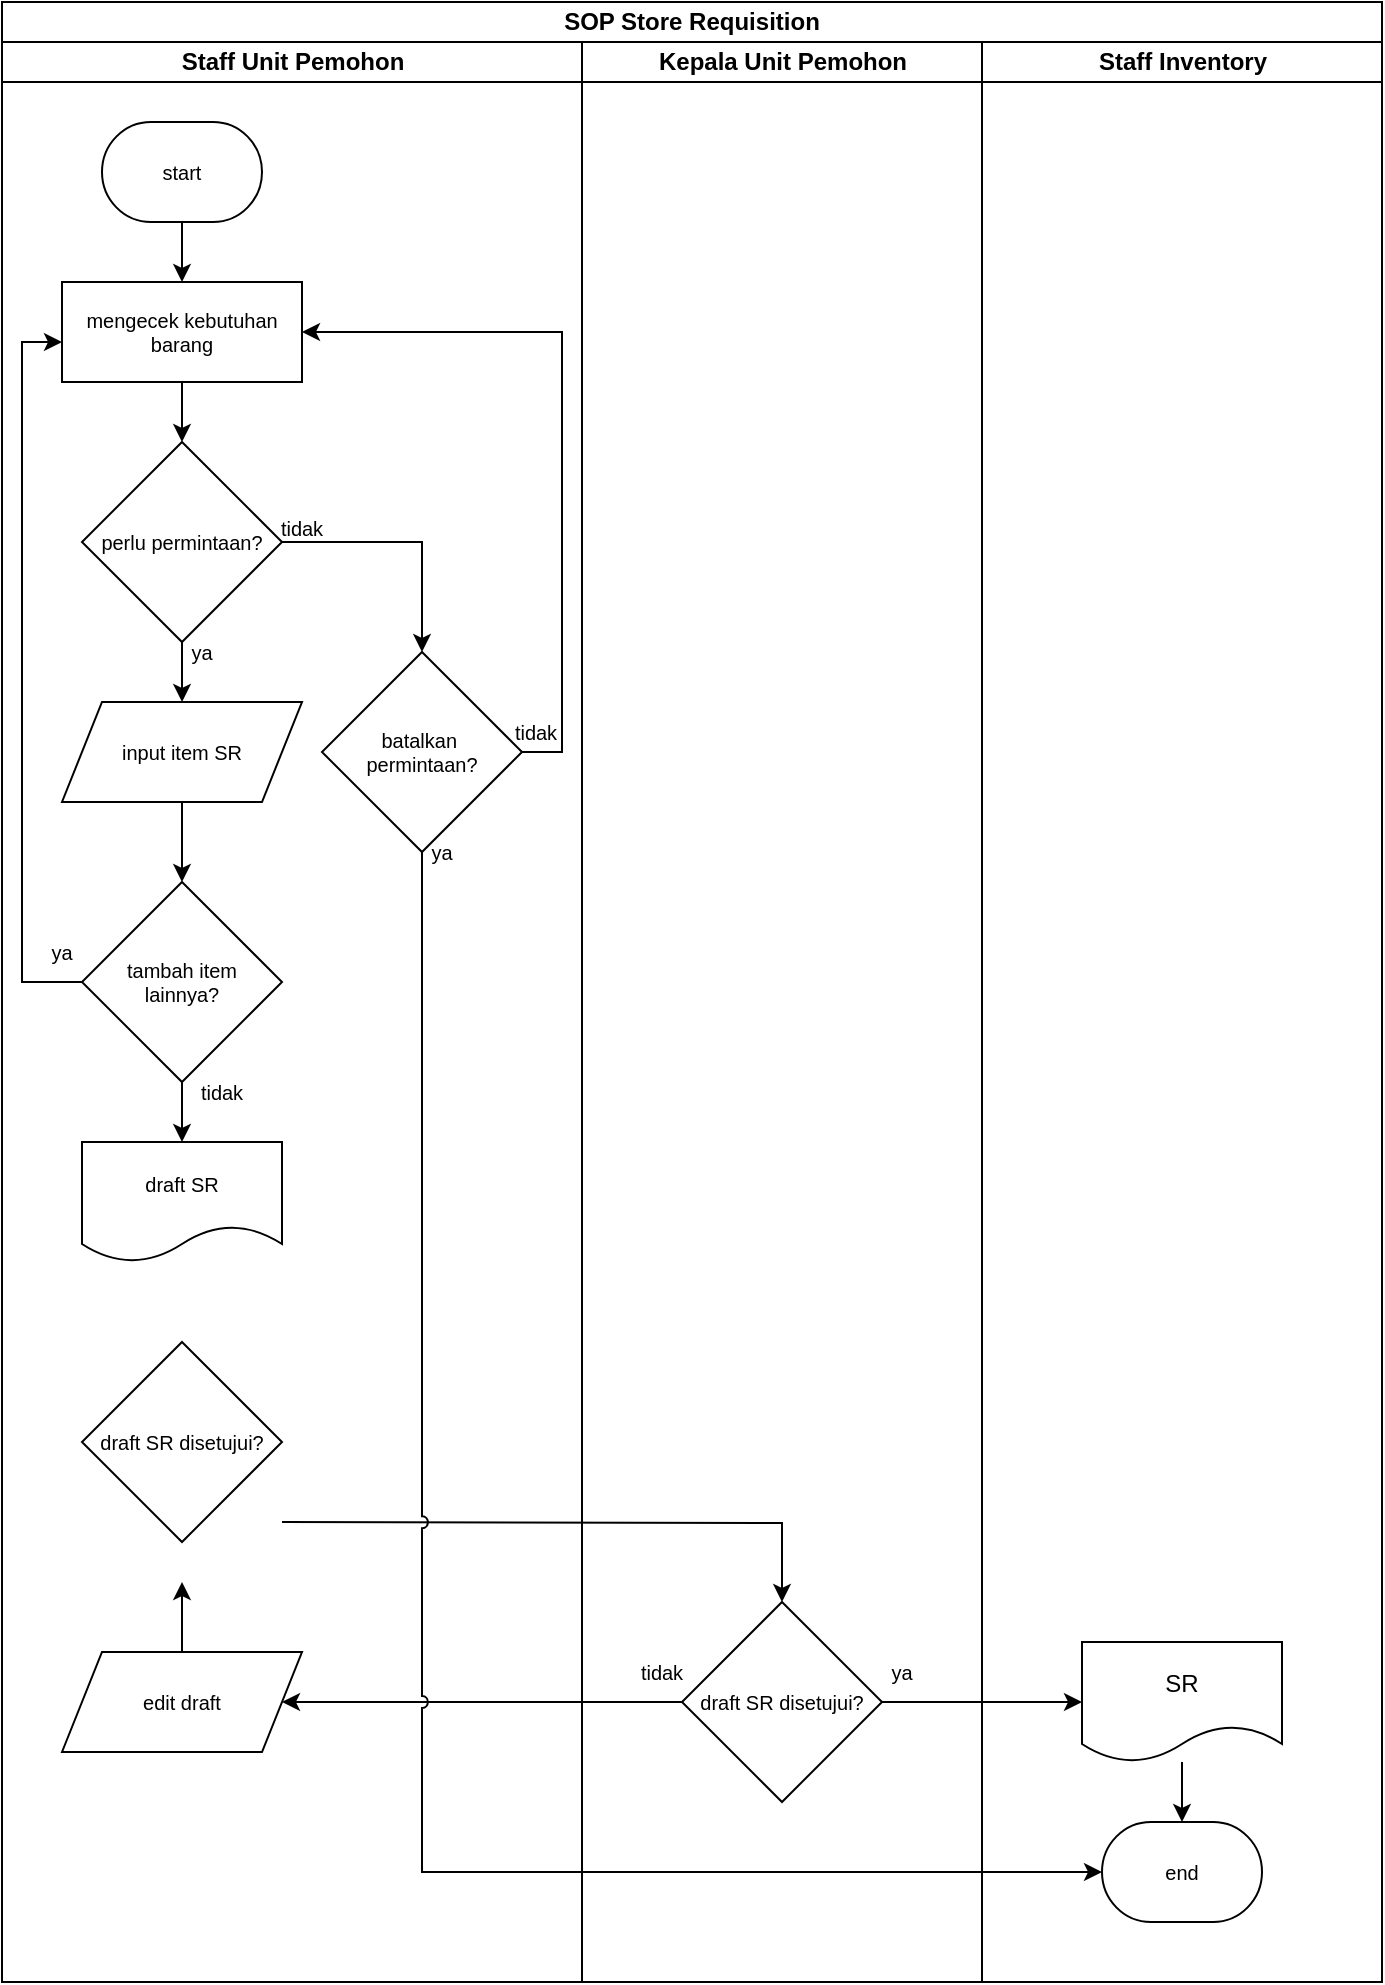
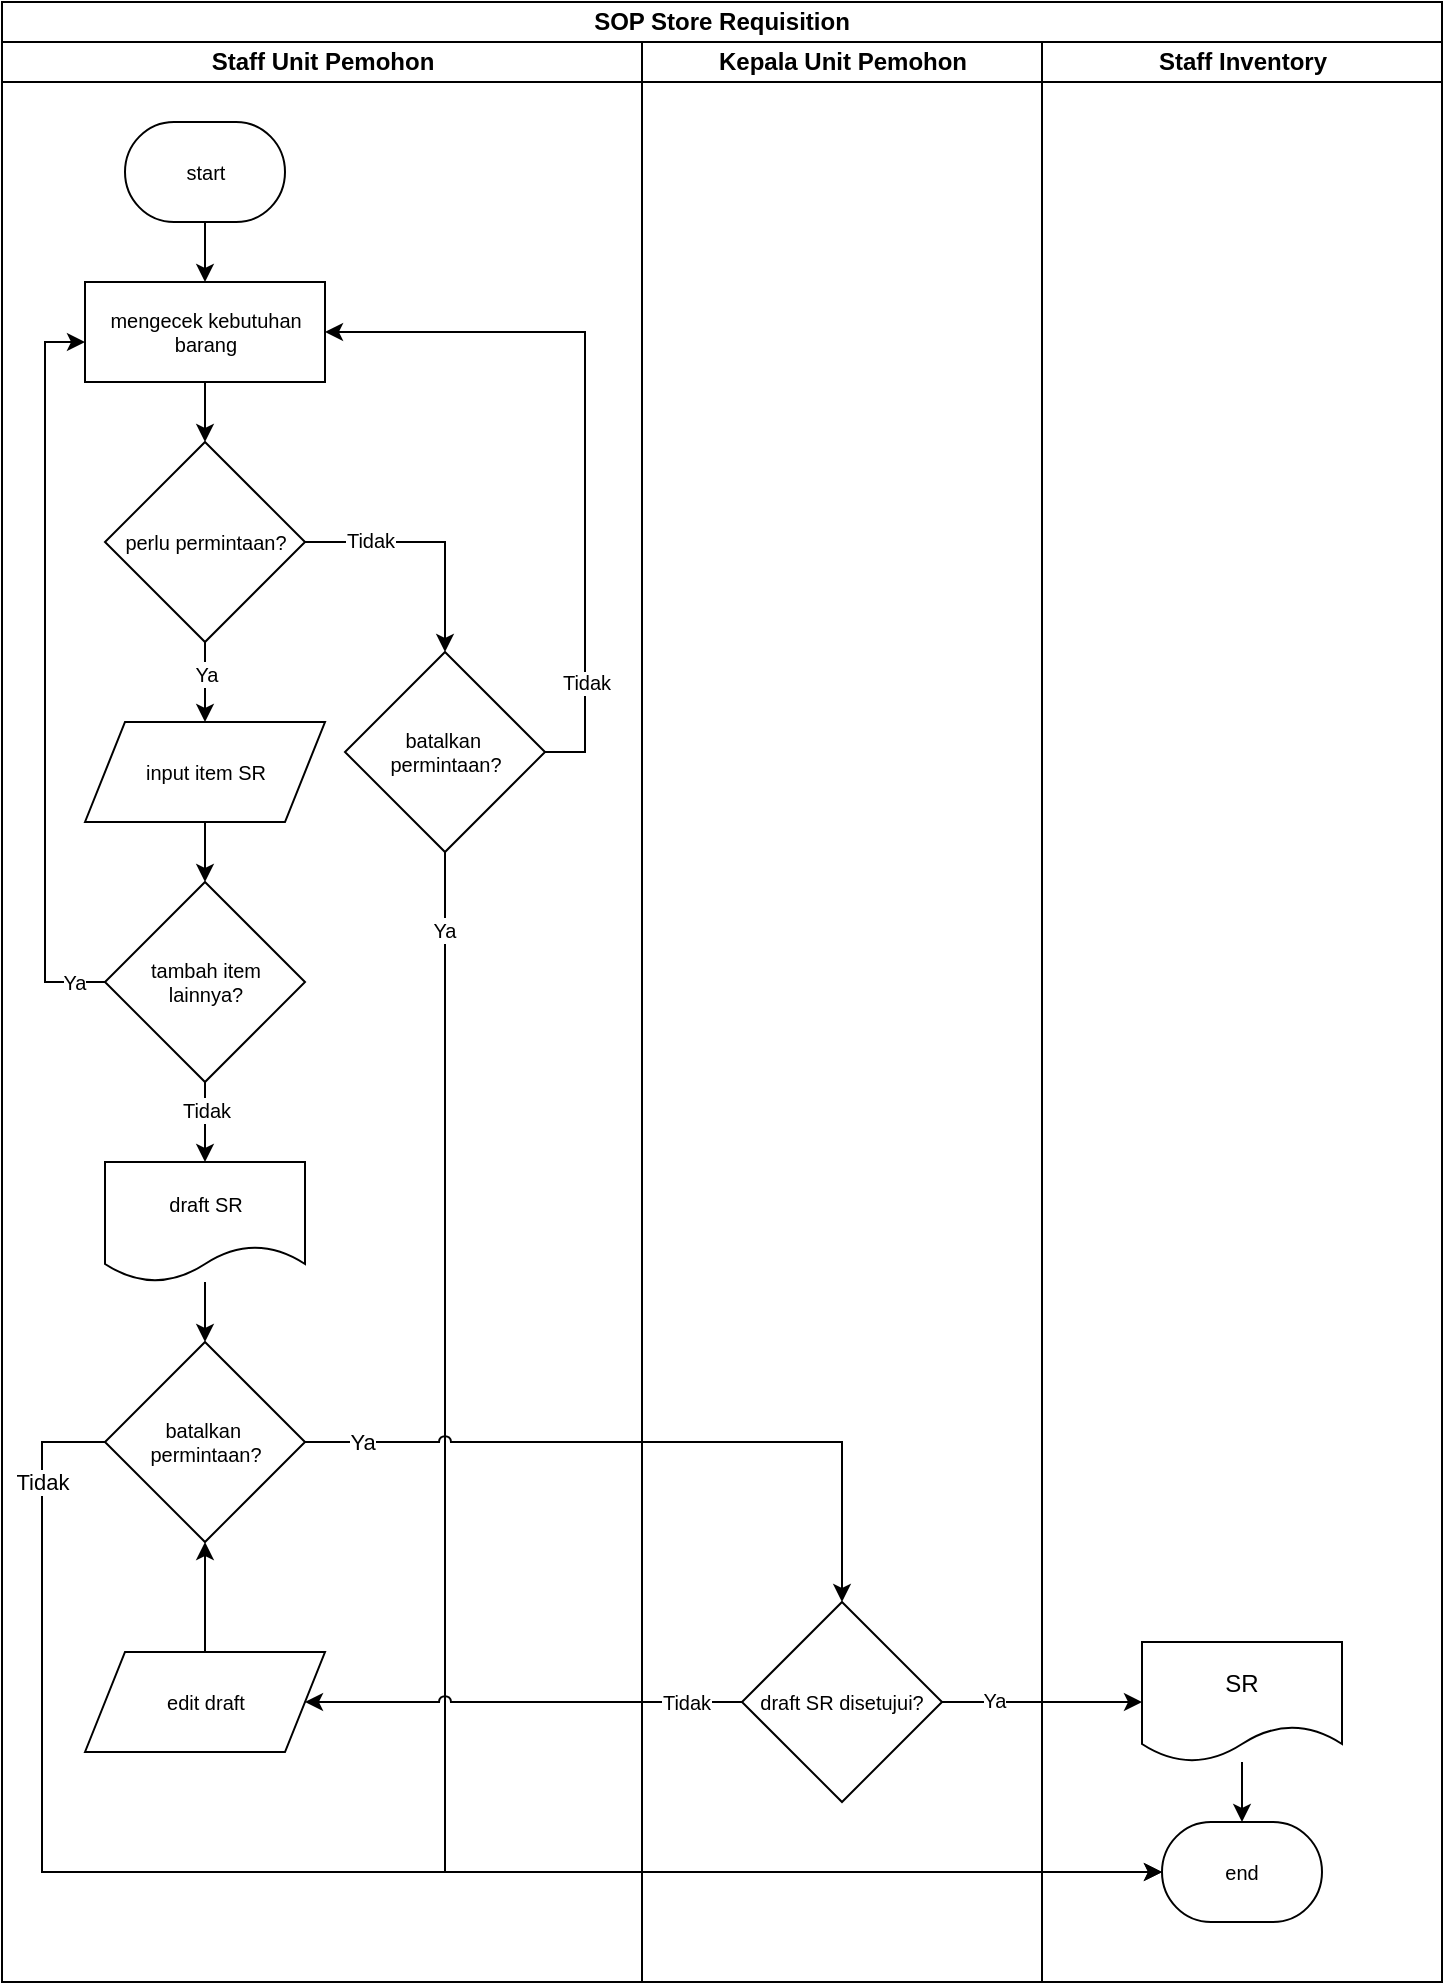
<mxfile host="app.diagrams.net" pages="2">
  <diagram name="SOP SR" id="mYAdajV0IufZudDyt58S">
-     <mxGraphModel dx="1220" dy="688" grid="1" gridSize="10" guides="1" tooltips="1" connect="1" arrows="1" fold="1" page="1" pageScale="1" pageWidth="850" pageHeight="1100" math="0" shadow="0">
+     <mxGraphModel dx="1394" dy="786" grid="1" gridSize="10" guides="1" tooltips="1" connect="1" arrows="1" fold="1" page="1" pageScale="1" pageWidth="850" pageHeight="1100" math="0" shadow="0">
      <root>
        <mxCell id="ewqPmyVIHkz6pLOVAfYW-0" />
        <mxCell id="ewqPmyVIHkz6pLOVAfYW-1" parent="ewqPmyVIHkz6pLOVAfYW-0" />
        <mxCell id="ewqPmyVIHkz6pLOVAfYW-2" parent="ewqPmyVIHkz6pLOVAfYW-1" style="swimlane;html=1;childLayout=stackLayout;resizeParent=1;resizeParentMax=0;startSize=20;whiteSpace=wrap;" value="SOP Store Requisition" vertex="1">
-           <mxGeometry height="990" width="690" x="610" y="360" as="geometry">
+           <mxGeometry height="990" width="720" x="600" y="330" as="geometry">
            <mxRectangle height="30" width="210" x="140" y="110" as="alternateBounds" />
          </mxGeometry>
        </mxCell>
        <mxCell id="ewqPmyVIHkz6pLOVAfYW-3" parent="ewqPmyVIHkz6pLOVAfYW-2" style="swimlane;html=1;startSize=20;" value="Staff Unit Pemohon" vertex="1">
-           <mxGeometry height="970" width="290" y="20" as="geometry" />
+           <mxGeometry height="970" width="320" y="20" as="geometry" />
        </mxCell>
        <mxCell id="ewqPmyVIHkz6pLOVAfYW-4" parent="ewqPmyVIHkz6pLOVAfYW-3" style="strokeWidth=1;html=1;shape=mxgraph.flowchart.terminator;whiteSpace=wrap;fontSize=10;align=center;horizontal=1;spacing=0;" value="start" vertex="1">
-           <mxGeometry height="50" width="80" x="50" y="40" as="geometry" />
+           <mxGeometry height="50" width="80" x="61.5" y="40" as="geometry" />
        </mxCell>
        <mxCell id="ewqPmyVIHkz6pLOVAfYW-5" parent="ewqPmyVIHkz6pLOVAfYW-3" style="rounded=0;whiteSpace=wrap;html=1;absoluteArcSize=1;arcSize=7;strokeWidth=1;fontSize=10;" value="mengecek kebutuhan barang" vertex="1">
-           <mxGeometry height="50" width="120" x="30" y="120" as="geometry" />
+           <mxGeometry height="50" width="120" x="41.5" y="120" as="geometry" />
        </mxCell>
        <mxCell id="ewqPmyVIHkz6pLOVAfYW-6" edge="1" parent="ewqPmyVIHkz6pLOVAfYW-3" source="ewqPmyVIHkz6pLOVAfYW-5" style="edgeStyle=orthogonalEdgeStyle;rounded=0;orthogonalLoop=1;jettySize=auto;html=1;" value="">
          <mxGeometry relative="1" as="geometry">
-             <mxPoint x="90" y="200" as="targetPoint" />
+             <mxPoint x="101.5" y="200" as="targetPoint" />
          </mxGeometry>
        </mxCell>
        <mxCell id="ewqPmyVIHkz6pLOVAfYW-7" edge="1" parent="ewqPmyVIHkz6pLOVAfYW-3" source="ewqPmyVIHkz6pLOVAfYW-4" style="edgeStyle=orthogonalEdgeStyle;rounded=0;orthogonalLoop=1;jettySize=auto;html=1;" target="ewqPmyVIHkz6pLOVAfYW-5" value="">
          <mxGeometry relative="1" as="geometry" />
        </mxCell>
-         <mxCell id="ewqPmyVIHkz6pLOVAfYW-8" edge="1" parent="ewqPmyVIHkz6pLOVAfYW-3" source="ewqPmyVIHkz6pLOVAfYW-9" style="edgeStyle=orthogonalEdgeStyle;rounded=0;orthogonalLoop=1;jettySize=auto;html=1;" value="">
-           <mxGeometry relative="1" as="geometry">
-             <mxPoint x="90.02564102564111" y="330" as="targetPoint" />
+         <mxCell id="ewqPmyVIHkz6pLOVAfYW-8" edge="1" parent="ewqPmyVIHkz6pLOVAfYW-3" source="ewqPmyVIHkz6pLOVAfYW-9" style="edgeStyle=orthogonalEdgeStyle;rounded=0;orthogonalLoop=1;jettySize=auto;html=1;entryX=0.5;entryY=0;entryDx=0;entryDy=0;" target="ewqPmyVIHkz6pLOVAfYW-14" value="">
+           <mxGeometry relative="1" as="geometry">
+             <mxPoint x="101.52564102564111" y="330" as="targetPoint" />
+           </mxGeometry>
+         </mxCell>
+         <mxCell id="OhGSODvtPTQOCyl8h_7D-8" connectable="0" parent="ewqPmyVIHkz6pLOVAfYW-8" style="edgeLabel;html=1;align=center;verticalAlign=middle;resizable=0;points=[];" value="&lt;font style=&quot;font-size: 10px;&quot;&gt;Ya&lt;/font&gt;" vertex="1">
+           <mxGeometry relative="1" x="-0.6444" y="-1" as="geometry">
+             <mxPoint x="1" y="9" as="offset" />
          </mxGeometry>
        </mxCell>
        <mxCell id="ewqPmyVIHkz6pLOVAfYW-9" parent="ewqPmyVIHkz6pLOVAfYW-3" style="rhombus;whiteSpace=wrap;html=1;fontSize=10;" value="perlu permintaan?" vertex="1">
-           <mxGeometry height="100" width="100" x="40" y="200" as="geometry" />
+           <mxGeometry height="100" width="100" x="51.5" y="200" as="geometry" />
        </mxCell>
        <mxCell id="ewqPmyVIHkz6pLOVAfYW-10" edge="1" parent="ewqPmyVIHkz6pLOVAfYW-3" source="ewqPmyVIHkz6pLOVAfYW-14" style="edgeStyle=orthogonalEdgeStyle;rounded=0;orthogonalLoop=1;jettySize=auto;html=1;" target="ewqPmyVIHkz6pLOVAfYW-13" value="">
          <mxGeometry relative="1" as="geometry">
            <Array as="points" />
-             <mxPoint x="90" y="380" as="sourcePoint" />
+             <mxPoint x="101.5" y="380" as="sourcePoint" />
          </mxGeometry>
        </mxCell>
        <mxCell id="ewqPmyVIHkz6pLOVAfYW-11" edge="1" parent="ewqPmyVIHkz6pLOVAfYW-3" source="ewqPmyVIHkz6pLOVAfYW-13" style="edgeStyle=orthogonalEdgeStyle;rounded=0;orthogonalLoop=1;jettySize=auto;html=1;" target="ewqPmyVIHkz6pLOVAfYW-5">
          <mxGeometry relative="1" as="geometry">
            <Array as="points">
-               <mxPoint x="10" y="470" />
-               <mxPoint x="10" y="150" />
-             </Array>
-             <mxPoint x="90" y="110" as="targetPoint" />
-           </mxGeometry>
-         </mxCell>
-         <mxCell id="ewqPmyVIHkz6pLOVAfYW-12" edge="1" parent="ewqPmyVIHkz6pLOVAfYW-3" source="ewqPmyVIHkz6pLOVAfYW-13" style="edgeStyle=orthogonalEdgeStyle;rounded=0;orthogonalLoop=1;jettySize=auto;html=1;" value="">
-           <mxGeometry relative="1" as="geometry">
-             <mxPoint x="90" y="550" as="targetPoint" />
+               <mxPoint x="21.5" y="470" />
+               <mxPoint x="21.5" y="150" />
+             </Array>
+             <mxPoint x="101.5" y="110" as="targetPoint" />
+           </mxGeometry>
+         </mxCell>
+         <mxCell id="OhGSODvtPTQOCyl8h_7D-11" connectable="0" parent="ewqPmyVIHkz6pLOVAfYW-11" style="edgeLabel;html=1;align=center;verticalAlign=middle;resizable=0;points=[];" value="&lt;font style=&quot;font-size: 10px;&quot;&gt;Ya&lt;/font&gt;" vertex="1">
+           <mxGeometry relative="1" x="-0.913" as="geometry">
+             <mxPoint as="offset" />
+           </mxGeometry>
+         </mxCell>
+         <mxCell id="ewqPmyVIHkz6pLOVAfYW-12" edge="1" parent="ewqPmyVIHkz6pLOVAfYW-3" source="ewqPmyVIHkz6pLOVAfYW-13" style="edgeStyle=orthogonalEdgeStyle;rounded=0;orthogonalLoop=1;jettySize=auto;html=1;entryX=0.5;entryY=0;entryDx=0;entryDy=0;" target="ewqPmyVIHkz6pLOVAfYW-15" value="">
+           <mxGeometry relative="1" as="geometry">
+             <mxPoint x="101.5" y="550" as="targetPoint" />
+           </mxGeometry>
+         </mxCell>
+         <mxCell id="OhGSODvtPTQOCyl8h_7D-13" connectable="0" parent="ewqPmyVIHkz6pLOVAfYW-12" style="edgeLabel;html=1;align=center;verticalAlign=middle;resizable=0;points=[];" value="&lt;font style=&quot;font-size: 10px;&quot;&gt;Tidak&lt;/font&gt;" vertex="1">
+           <mxGeometry relative="1" x="-0.49" y="-1" as="geometry">
+             <mxPoint x="1" y="4" as="offset" />
          </mxGeometry>
        </mxCell>
        <mxCell id="ewqPmyVIHkz6pLOVAfYW-13" parent="ewqPmyVIHkz6pLOVAfYW-3" style="rhombus;whiteSpace=wrap;html=1;fontSize=10;" value="tambah item&lt;div&gt;lainnya?&lt;/div&gt;" vertex="1">
-           <mxGeometry height="100" width="100" x="40" y="420" as="geometry" />
+           <mxGeometry height="100" width="100" x="51.5" y="420" as="geometry" />
        </mxCell>
        <mxCell id="ewqPmyVIHkz6pLOVAfYW-14" parent="ewqPmyVIHkz6pLOVAfYW-3" style="shape=parallelogram;perimeter=parallelogramPerimeter;whiteSpace=wrap;html=1;fixedSize=1;" value="&lt;div style=&quot;&quot;&gt;&lt;span style=&quot;font-size: 10px;&quot;&gt;input item SR&lt;/span&gt;&lt;/div&gt;" vertex="1">
-           <mxGeometry height="50" width="120" x="30" y="330" as="geometry" />
+           <mxGeometry height="50" width="120" x="41.5" y="340" as="geometry" />
+         </mxCell>
+         <mxCell id="OhGSODvtPTQOCyl8h_7D-12" edge="1" parent="ewqPmyVIHkz6pLOVAfYW-3" source="ewqPmyVIHkz6pLOVAfYW-15" style="edgeStyle=orthogonalEdgeStyle;rounded=0;orthogonalLoop=1;jettySize=auto;html=1;entryX=0.5;entryY=0;entryDx=0;entryDy=0;" target="OhGSODvtPTQOCyl8h_7D-0">
+           <mxGeometry relative="1" as="geometry" />
        </mxCell>
        <mxCell id="ewqPmyVIHkz6pLOVAfYW-15" parent="ewqPmyVIHkz6pLOVAfYW-3" style="shape=document;whiteSpace=wrap;html=1;boundedLbl=1;" value="&lt;font style=&quot;font-size: 10px;&quot;&gt;draft SR&lt;/font&gt;" vertex="1">
-           <mxGeometry height="60" width="100" x="40" y="550" as="geometry" />
+           <mxGeometry height="60" width="100" x="51.5" y="560" as="geometry" />
        </mxCell>
        <mxCell id="ewqPmyVIHkz6pLOVAfYW-18" edge="1" parent="ewqPmyVIHkz6pLOVAfYW-3" source="ewqPmyVIHkz6pLOVAfYW-9" style="edgeStyle=orthogonalEdgeStyle;rounded=0;orthogonalLoop=1;jettySize=auto;html=1;" target="ewqPmyVIHkz6pLOVAfYW-20">
          <mxGeometry relative="1" as="geometry">
            <Array as="points">
-               <mxPoint x="210" y="250" />
-             </Array>
+               <mxPoint x="221.5" y="250" />
+             </Array>
+           </mxGeometry>
+         </mxCell>
+         <mxCell id="OhGSODvtPTQOCyl8h_7D-7" connectable="0" parent="ewqPmyVIHkz6pLOVAfYW-18" style="edgeLabel;html=1;align=center;verticalAlign=middle;resizable=0;points=[];" value="&lt;span style=&quot;font-size: 10px; white-space: normal;&quot;&gt;Tidak&lt;/span&gt;" vertex="1">
+           <mxGeometry relative="1" x="-0.4896" y="1" as="geometry">
+             <mxPoint as="offset" />
          </mxGeometry>
        </mxCell>
        <mxCell id="ewqPmyVIHkz6pLOVAfYW-19" edge="1" parent="ewqPmyVIHkz6pLOVAfYW-3" source="ewqPmyVIHkz6pLOVAfYW-20" style="edgeStyle=orthogonalEdgeStyle;rounded=0;orthogonalLoop=1;jettySize=auto;html=1;" target="ewqPmyVIHkz6pLOVAfYW-5">
          <mxGeometry relative="1" as="geometry">
            <Array as="points">
-               <mxPoint x="280" y="355" />
-               <mxPoint x="280" y="145" />
-             </Array>
+               <mxPoint x="291.5" y="355" />
+               <mxPoint x="291.5" y="145" />
+             </Array>
+           </mxGeometry>
+         </mxCell>
+         <mxCell id="OhGSODvtPTQOCyl8h_7D-6" connectable="0" parent="ewqPmyVIHkz6pLOVAfYW-19" style="edgeLabel;html=1;align=center;verticalAlign=middle;resizable=0;points=[];fontSize=10;" value="Tidak" vertex="1">
+           <mxGeometry relative="1" x="-0.5585" as="geometry">
+             <mxPoint y="24" as="offset" />
          </mxGeometry>
        </mxCell>
        <mxCell id="ewqPmyVIHkz6pLOVAfYW-20" parent="ewqPmyVIHkz6pLOVAfYW-3" style="rhombus;whiteSpace=wrap;html=1;fontSize=10;" value="batalkan&amp;nbsp;&lt;div&gt;permintaan?&lt;/div&gt;" vertex="1">
-           <mxGeometry height="100" width="100" x="160" y="305" as="geometry" />
-         </mxCell>
-         <mxCell id="ewqPmyVIHkz6pLOVAfYW-21" parent="ewqPmyVIHkz6pLOVAfYW-3" style="text;html=1;align=center;verticalAlign=middle;whiteSpace=wrap;rounded=0;" value="&lt;font style=&quot;font-size: 10px;&quot;&gt;tidak&lt;/font&gt;" vertex="1">
-           <mxGeometry height="30" width="60" x="120" y="228" as="geometry" />
-         </mxCell>
-         <mxCell id="ewqPmyVIHkz6pLOVAfYW-22" parent="ewqPmyVIHkz6pLOVAfYW-3" style="text;html=1;align=center;verticalAlign=middle;whiteSpace=wrap;rounded=0;" value="&lt;font style=&quot;font-size: 10px;&quot;&gt;ya&lt;/font&gt;" vertex="1">
-           <mxGeometry height="30" width="60" x="70" y="290" as="geometry" />
-         </mxCell>
-         <mxCell id="ewqPmyVIHkz6pLOVAfYW-23" parent="ewqPmyVIHkz6pLOVAfYW-3" style="text;html=1;align=center;verticalAlign=middle;whiteSpace=wrap;rounded=0;" value="&lt;font style=&quot;font-size: 10px;&quot;&gt;tidak&lt;/font&gt;" vertex="1">
-           <mxGeometry height="30" width="60" x="237" y="330" as="geometry" />
-         </mxCell>
-         <mxCell id="ewqPmyVIHkz6pLOVAfYW-24" parent="ewqPmyVIHkz6pLOVAfYW-3" style="text;html=1;align=center;verticalAlign=middle;whiteSpace=wrap;rounded=0;" value="&lt;font style=&quot;font-size: 10px;&quot;&gt;ya&lt;/font&gt;" vertex="1">
-           <mxGeometry height="30" width="60" x="190" y="390" as="geometry" />
-         </mxCell>
-         <mxCell id="ewqPmyVIHkz6pLOVAfYW-25" parent="ewqPmyVIHkz6pLOVAfYW-3" style="text;html=1;align=center;verticalAlign=middle;whiteSpace=wrap;rounded=0;" value="&lt;font style=&quot;font-size: 10px;&quot;&gt;tidak&lt;/font&gt;" vertex="1">
-           <mxGeometry height="30" width="60" x="80" y="510" as="geometry" />
-         </mxCell>
-         <mxCell id="ewqPmyVIHkz6pLOVAfYW-26" parent="ewqPmyVIHkz6pLOVAfYW-3" style="text;html=1;align=center;verticalAlign=middle;whiteSpace=wrap;rounded=0;" value="&lt;font style=&quot;font-size: 10px;&quot;&gt;ya&lt;/font&gt;" vertex="1">
-           <mxGeometry height="30" width="60" y="440" as="geometry" />
+           <mxGeometry height="100" width="100" x="171.5" y="305" as="geometry" />
+         </mxCell>
+         <mxCell id="OhGSODvtPTQOCyl8h_7D-0" parent="ewqPmyVIHkz6pLOVAfYW-3" style="rhombus;whiteSpace=wrap;html=1;fontSize=10;" value="batalkan&amp;nbsp;&lt;div&gt;permintaan?&lt;/div&gt;" vertex="1">
+           <mxGeometry height="100" width="100" x="51.5" y="650" as="geometry" />
+         </mxCell>
+         <mxCell id="ewqPmyVIHkz6pLOVAfYW-16" edge="1" parent="ewqPmyVIHkz6pLOVAfYW-3" source="ewqPmyVIHkz6pLOVAfYW-17" style="edgeStyle=orthogonalEdgeStyle;rounded=0;orthogonalLoop=1;jettySize=auto;html=1;entryX=0.5;entryY=1;entryDx=0;entryDy=0;" target="OhGSODvtPTQOCyl8h_7D-0" value="">
+           <mxGeometry relative="1" as="geometry">
+             <mxPoint x="131.5" y="770" as="targetPoint" />
+           </mxGeometry>
+         </mxCell>
+         <mxCell id="ewqPmyVIHkz6pLOVAfYW-17" parent="ewqPmyVIHkz6pLOVAfYW-3" style="shape=parallelogram;perimeter=parallelogramPerimeter;whiteSpace=wrap;html=1;fixedSize=1;" value="&lt;span style=&quot;font-size: 10px;&quot;&gt;edit draft&lt;/span&gt;" vertex="1">
+           <mxGeometry height="50" width="120" x="41.5" y="805" as="geometry" />
        </mxCell>
        <mxCell id="ewqPmyVIHkz6pLOVAfYW-27" parent="ewqPmyVIHkz6pLOVAfYW-2" style="swimlane;html=1;startSize=20;" value="Kepala Unit Pemohon" vertex="1">
-           <mxGeometry height="970" width="200" x="290" y="20" as="geometry" />
+           <mxGeometry height="970" width="200" x="320" y="20" as="geometry" />
        </mxCell>
        <mxCell id="ewqPmyVIHkz6pLOVAfYW-31" parent="ewqPmyVIHkz6pLOVAfYW-2" style="swimlane;html=1;startSize=20;" value="Staff Inventory" vertex="1">
-           <mxGeometry height="970" width="200" x="490" y="20" as="geometry">
+           <mxGeometry height="970" width="200" x="520" y="20" as="geometry">
            <mxRectangle height="810" width="40" x="490" y="20" as="alternateBounds" />
          </mxGeometry>
-         </mxCell>
-         <mxCell id="OhGSODvtPTQOCyl8h_7D-0" parent="ewqPmyVIHkz6pLOVAfYW-31" style="rhombus;whiteSpace=wrap;html=1;fontSize=10;" value="draft SR disetujui?" vertex="1">
-           <mxGeometry height="100" width="100" x="-450" y="650" as="geometry" />
-         </mxCell>
-         <mxCell id="ewqPmyVIHkz6pLOVAfYW-16" edge="1" parent="ewqPmyVIHkz6pLOVAfYW-31" source="ewqPmyVIHkz6pLOVAfYW-17" style="edgeStyle=orthogonalEdgeStyle;rounded=0;orthogonalLoop=1;jettySize=auto;html=1;" value="">
-           <mxGeometry relative="1" as="geometry">
-             <mxPoint x="-400" y="770" as="targetPoint" />
-           </mxGeometry>
-         </mxCell>
-         <mxCell id="ewqPmyVIHkz6pLOVAfYW-17" parent="ewqPmyVIHkz6pLOVAfYW-31" style="shape=parallelogram;perimeter=parallelogramPerimeter;whiteSpace=wrap;html=1;fixedSize=1;" value="&lt;span style=&quot;font-size: 10px;&quot;&gt;edit draft&lt;/span&gt;" vertex="1">
-           <mxGeometry height="50" width="120" x="-460" y="805" as="geometry" />
        </mxCell>
        <mxCell id="ewqPmyVIHkz6pLOVAfYW-28" parent="ewqPmyVIHkz6pLOVAfYW-31" style="rhombus;whiteSpace=wrap;html=1;fontSize=10;" value="draft SR disetujui?" vertex="1">
          <mxGeometry height="100" width="100" x="-150" y="780" as="geometry" />
        </mxCell>
-         <mxCell id="ewqPmyVIHkz6pLOVAfYW-29" parent="ewqPmyVIHkz6pLOVAfYW-31" style="text;html=1;align=center;verticalAlign=middle;whiteSpace=wrap;rounded=0;" value="&lt;font style=&quot;font-size: 10px;&quot;&gt;tidak&lt;/font&gt;" vertex="1">
-           <mxGeometry height="30" width="60" x="-190" y="800" as="geometry" />
-         </mxCell>
-         <mxCell id="ewqPmyVIHkz6pLOVAfYW-30" parent="ewqPmyVIHkz6pLOVAfYW-31" style="text;html=1;align=center;verticalAlign=middle;whiteSpace=wrap;rounded=0;" value="&lt;font style=&quot;font-size: 10px;&quot;&gt;ya&lt;/font&gt;" vertex="1">
-           <mxGeometry height="30" width="60" x="-70" y="800" as="geometry" />
-         </mxCell>
        <mxCell id="ewqPmyVIHkz6pLOVAfYW-32" edge="1" parent="ewqPmyVIHkz6pLOVAfYW-31" source="ewqPmyVIHkz6pLOVAfYW-33" style="edgeStyle=orthogonalEdgeStyle;rounded=0;orthogonalLoop=1;jettySize=auto;html=1;" target="ewqPmyVIHkz6pLOVAfYW-34" value="">
          <mxGeometry relative="1" as="geometry" />
        </mxCell>
        <mxCell id="ewqPmyVIHkz6pLOVAfYW-33" parent="ewqPmyVIHkz6pLOVAfYW-31" style="shape=document;whiteSpace=wrap;html=1;boundedLbl=1;" value="SR" vertex="1">
          <mxGeometry height="60" width="100" x="50" y="800" as="geometry" />
        </mxCell>
        <mxCell id="ewqPmyVIHkz6pLOVAfYW-34" parent="ewqPmyVIHkz6pLOVAfYW-31" style="strokeWidth=1;html=1;shape=mxgraph.flowchart.terminator;whiteSpace=wrap;fontSize=10;align=center;horizontal=1;spacing=0;" value="end" vertex="1">
          <mxGeometry height="50" width="80" x="60" y="890" as="geometry" />
        </mxCell>
-         <mxCell id="ewqPmyVIHkz6pLOVAfYW-35" edge="1" parent="ewqPmyVIHkz6pLOVAfYW-31" style="edgeStyle=orthogonalEdgeStyle;rounded=0;orthogonalLoop=1;jettySize=auto;html=1;" target="ewqPmyVIHkz6pLOVAfYW-28">
-           <mxGeometry relative="1" as="geometry">
-             <mxPoint x="-350" y="740" as="sourcePoint" />
-           </mxGeometry>
-         </mxCell>
        <mxCell id="ewqPmyVIHkz6pLOVAfYW-36" edge="1" parent="ewqPmyVIHkz6pLOVAfYW-31" source="ewqPmyVIHkz6pLOVAfYW-28" style="edgeStyle=orthogonalEdgeStyle;rounded=0;orthogonalLoop=1;jettySize=auto;html=1;" target="ewqPmyVIHkz6pLOVAfYW-33" value="">
          <mxGeometry relative="1" as="geometry" />
        </mxCell>
-         <mxCell id="ewqPmyVIHkz6pLOVAfYW-37" edge="1" parent="ewqPmyVIHkz6pLOVAfYW-31" source="ewqPmyVIHkz6pLOVAfYW-28" style="edgeStyle=orthogonalEdgeStyle;rounded=0;orthogonalLoop=1;jettySize=auto;html=1;" target="ewqPmyVIHkz6pLOVAfYW-17">
+         <mxCell id="OhGSODvtPTQOCyl8h_7D-15" connectable="0" parent="ewqPmyVIHkz6pLOVAfYW-36" style="edgeLabel;html=1;align=center;verticalAlign=middle;resizable=0;points=[];" value="&lt;font style=&quot;font-size: 10px;&quot;&gt;Ya&lt;/font&gt;" vertex="1">
+           <mxGeometry relative="1" x="-0.479" y="1" as="geometry">
+             <mxPoint as="offset" />
+           </mxGeometry>
+         </mxCell>
+         <mxCell id="ewqPmyVIHkz6pLOVAfYW-38" edge="1" parent="ewqPmyVIHkz6pLOVAfYW-2" source="ewqPmyVIHkz6pLOVAfYW-20" style="edgeStyle=orthogonalEdgeStyle;rounded=0;orthogonalLoop=1;jettySize=auto;html=1;jumpStyle=arc;" target="ewqPmyVIHkz6pLOVAfYW-34">
+           <mxGeometry relative="1" as="geometry">
+             <Array as="points">
+               <mxPoint x="222" y="935" />
+             </Array>
+           </mxGeometry>
+         </mxCell>
+         <mxCell id="OhGSODvtPTQOCyl8h_7D-10" connectable="0" parent="ewqPmyVIHkz6pLOVAfYW-38" style="edgeLabel;html=1;align=center;verticalAlign=middle;resizable=0;points=[];" value="&lt;font style=&quot;font-size: 10px;&quot;&gt;Ya&lt;/font&gt;" vertex="1">
+           <mxGeometry relative="1" x="-0.9101" y="-1" as="geometry">
+             <mxPoint as="offset" />
+           </mxGeometry>
+         </mxCell>
+         <mxCell id="ewqPmyVIHkz6pLOVAfYW-35" edge="1" parent="ewqPmyVIHkz6pLOVAfYW-2" source="OhGSODvtPTQOCyl8h_7D-0" style="edgeStyle=orthogonalEdgeStyle;rounded=0;orthogonalLoop=1;jettySize=auto;html=1;exitX=1;exitY=0.5;exitDx=0;exitDy=0;jumpStyle=arc;" target="ewqPmyVIHkz6pLOVAfYW-28">
+           <mxGeometry relative="1" as="geometry">
+             <mxPoint x="170" y="760" as="sourcePoint" />
+           </mxGeometry>
+         </mxCell>
+         <mxCell id="OhGSODvtPTQOCyl8h_7D-3" connectable="0" parent="ewqPmyVIHkz6pLOVAfYW-35" style="edgeLabel;html=1;align=center;verticalAlign=middle;resizable=0;points=[];" value="Ya" vertex="1">
+           <mxGeometry relative="1" x="-0.7504" y="-1" as="geometry">
+             <mxPoint x="-15" y="-1" as="offset" />
+           </mxGeometry>
+         </mxCell>
+         <mxCell id="OhGSODvtPTQOCyl8h_7D-1" edge="1" parent="ewqPmyVIHkz6pLOVAfYW-2" source="OhGSODvtPTQOCyl8h_7D-0" style="edgeStyle=orthogonalEdgeStyle;rounded=0;orthogonalLoop=1;jettySize=auto;html=1;entryX=0;entryY=0.5;entryDx=0;entryDy=0;entryPerimeter=0;jumpStyle=arc;" target="ewqPmyVIHkz6pLOVAfYW-34">
+           <mxGeometry relative="1" as="geometry">
+             <Array as="points">
+               <mxPoint x="20" y="720" />
+               <mxPoint x="20" y="935" />
+             </Array>
+           </mxGeometry>
+         </mxCell>
+         <mxCell id="OhGSODvtPTQOCyl8h_7D-2" connectable="0" parent="OhGSODvtPTQOCyl8h_7D-1" style="edgeLabel;html=1;align=center;verticalAlign=middle;resizable=0;points=[];" value="Tidak" vertex="1">
+           <mxGeometry relative="1" x="-0.9591" y="-1" as="geometry">
+             <mxPoint x="-15" y="21" as="offset" />
+           </mxGeometry>
+         </mxCell>
+         <mxCell id="ewqPmyVIHkz6pLOVAfYW-37" edge="1" parent="ewqPmyVIHkz6pLOVAfYW-2" source="ewqPmyVIHkz6pLOVAfYW-28" style="edgeStyle=orthogonalEdgeStyle;rounded=0;orthogonalLoop=1;jettySize=auto;html=1;jumpStyle=arc;" target="ewqPmyVIHkz6pLOVAfYW-17">
          <mxGeometry relative="1" as="geometry">
            <Array as="points" />
-             <mxPoint x="-390" y="830" as="targetPoint" />
-           </mxGeometry>
-         </mxCell>
-         <mxCell id="ewqPmyVIHkz6pLOVAfYW-38" edge="1" parent="ewqPmyVIHkz6pLOVAfYW-2" source="ewqPmyVIHkz6pLOVAfYW-20" style="edgeStyle=orthogonalEdgeStyle;rounded=0;orthogonalLoop=1;jettySize=auto;html=1;jumpStyle=arc;" target="ewqPmyVIHkz6pLOVAfYW-34">
-           <mxGeometry relative="1" as="geometry">
-             <Array as="points">
-               <mxPoint x="210" y="935" />
-             </Array>
+             <mxPoint x="130" y="850" as="targetPoint" />
+           </mxGeometry>
+         </mxCell>
+         <mxCell id="OhGSODvtPTQOCyl8h_7D-14" connectable="0" parent="ewqPmyVIHkz6pLOVAfYW-37" style="edgeLabel;html=1;align=center;verticalAlign=middle;resizable=0;points=[];" value="&lt;font style=&quot;font-size: 10px;&quot;&gt;Tidak&lt;/font&gt;" vertex="1">
+           <mxGeometry relative="1" x="-0.7459" as="geometry">
+             <mxPoint as="offset" />
          </mxGeometry>
        </mxCell>
      </root>
    </mxGraphModel>
  </diagram>
  <diagram name="SOP PR" id="-7YdF_Z_4hD_neaPn9do">
    <mxGraphModel dx="849" dy="478" grid="1" gridSize="10" guides="1" tooltips="1" connect="1" arrows="1" fold="1" page="1" pageScale="1" pageWidth="850" pageHeight="1100" math="0" shadow="0">
      <root>
        <mxCell id="0" />
        <mxCell id="1" parent="0" />
        <mxCell id="FgAdxiRBUQnmOL_wIOqZ-3" parent="1" style="swimlane;html=1;childLayout=stackLayout;resizeParent=1;resizeParentMax=0;startSize=20;whiteSpace=wrap;" value="SOP Purchase Requisition" vertex="1">
          <mxGeometry height="830" width="690" x="610" y="360" as="geometry">
            <mxRectangle height="30" width="210" x="140" y="110" as="alternateBounds" />
          </mxGeometry>
        </mxCell>
        <mxCell id="FgAdxiRBUQnmOL_wIOqZ-4" parent="FgAdxiRBUQnmOL_wIOqZ-3" style="swimlane;html=1;startSize=20;" value="Staff Inventory" vertex="1">
          <mxGeometry height="810" width="290" y="20" as="geometry" />
        </mxCell>
        <mxCell id="FgAdxiRBUQnmOL_wIOqZ-5" parent="FgAdxiRBUQnmOL_wIOqZ-4" style="strokeWidth=1;html=1;shape=mxgraph.flowchart.terminator;whiteSpace=wrap;fontSize=10;align=center;horizontal=1;spacing=0;" value="start" vertex="1">
          <mxGeometry height="50" width="80" x="50" y="40" as="geometry" />
        </mxCell>
        <mxCell id="FgAdxiRBUQnmOL_wIOqZ-6" parent="FgAdxiRBUQnmOL_wIOqZ-4" style="rounded=0;whiteSpace=wrap;html=1;absoluteArcSize=1;arcSize=7;strokeWidth=1;fontSize=10;" value="mengecek stok&lt;div&gt;barang&lt;/div&gt;" vertex="1">
          <mxGeometry height="50" width="120" x="30" y="120" as="geometry" />
        </mxCell>
        <mxCell id="FgAdxiRBUQnmOL_wIOqZ-7" edge="1" parent="FgAdxiRBUQnmOL_wIOqZ-4" source="FgAdxiRBUQnmOL_wIOqZ-6" style="edgeStyle=orthogonalEdgeStyle;rounded=0;orthogonalLoop=1;jettySize=auto;html=1;" value="">
          <mxGeometry relative="1" as="geometry">
            <mxPoint x="90" y="200" as="targetPoint" />
          </mxGeometry>
        </mxCell>
        <mxCell id="FgAdxiRBUQnmOL_wIOqZ-8" edge="1" parent="FgAdxiRBUQnmOL_wIOqZ-4" source="FgAdxiRBUQnmOL_wIOqZ-5" style="edgeStyle=orthogonalEdgeStyle;rounded=0;orthogonalLoop=1;jettySize=auto;html=1;" target="FgAdxiRBUQnmOL_wIOqZ-6" value="">
          <mxGeometry relative="1" as="geometry" />
        </mxCell>
        <mxCell id="FgAdxiRBUQnmOL_wIOqZ-9" edge="1" parent="FgAdxiRBUQnmOL_wIOqZ-4" source="FgAdxiRBUQnmOL_wIOqZ-10" style="edgeStyle=orthogonalEdgeStyle;rounded=0;orthogonalLoop=1;jettySize=auto;html=1;" value="">
          <mxGeometry relative="1" as="geometry">
            <mxPoint x="90.02564102564111" y="330" as="targetPoint" />
          </mxGeometry>
        </mxCell>
        <mxCell id="FgAdxiRBUQnmOL_wIOqZ-10" parent="FgAdxiRBUQnmOL_wIOqZ-4" style="rhombus;whiteSpace=wrap;html=1;fontSize=10;" value="perlu&lt;div&gt;pengadaan?&lt;/div&gt;" vertex="1">
          <mxGeometry height="100" width="100" x="40" y="200" as="geometry" />
        </mxCell>
        <mxCell id="FgAdxiRBUQnmOL_wIOqZ-11" edge="1" parent="FgAdxiRBUQnmOL_wIOqZ-4" source="FgAdxiRBUQnmOL_wIOqZ-15" style="edgeStyle=orthogonalEdgeStyle;rounded=0;orthogonalLoop=1;jettySize=auto;html=1;" target="FgAdxiRBUQnmOL_wIOqZ-14" value="">
          <mxGeometry relative="1" as="geometry">
            <Array as="points" />
            <mxPoint x="90" y="380" as="sourcePoint" />
          </mxGeometry>
        </mxCell>
        <mxCell id="FgAdxiRBUQnmOL_wIOqZ-12" edge="1" parent="FgAdxiRBUQnmOL_wIOqZ-4" source="FgAdxiRBUQnmOL_wIOqZ-14" style="edgeStyle=orthogonalEdgeStyle;rounded=0;orthogonalLoop=1;jettySize=auto;html=1;" target="FgAdxiRBUQnmOL_wIOqZ-6">
          <mxGeometry relative="1" as="geometry">
            <Array as="points">
              <mxPoint x="10" y="470" />
              <mxPoint x="10" y="150" />
            </Array>
            <mxPoint x="90" y="110" as="targetPoint" />
          </mxGeometry>
        </mxCell>
        <mxCell id="FgAdxiRBUQnmOL_wIOqZ-13" edge="1" parent="FgAdxiRBUQnmOL_wIOqZ-4" source="FgAdxiRBUQnmOL_wIOqZ-14" style="edgeStyle=orthogonalEdgeStyle;rounded=0;orthogonalLoop=1;jettySize=auto;html=1;" value="">
          <mxGeometry relative="1" as="geometry">
            <mxPoint x="90" y="550" as="targetPoint" />
          </mxGeometry>
        </mxCell>
        <mxCell id="FgAdxiRBUQnmOL_wIOqZ-14" parent="FgAdxiRBUQnmOL_wIOqZ-4" style="rhombus;whiteSpace=wrap;html=1;fontSize=10;" value="tambah item&lt;div&gt;lainnya?&lt;/div&gt;" vertex="1">
          <mxGeometry height="100" width="100" x="40" y="420" as="geometry" />
        </mxCell>
        <mxCell id="FgAdxiRBUQnmOL_wIOqZ-15" parent="FgAdxiRBUQnmOL_wIOqZ-4" style="shape=parallelogram;perimeter=parallelogramPerimeter;whiteSpace=wrap;html=1;fixedSize=1;" value="&lt;div style=&quot;font-size: 10px;&quot;&gt;&lt;font style=&quot;font-size: 10px;&quot;&gt;input&lt;/font&gt;&lt;/div&gt;&lt;div style=&quot;font-size: 10px;&quot;&gt;&lt;font style=&quot;font-size: 10px;&quot;&gt;item PR&lt;/font&gt;&lt;/div&gt;" vertex="1">
          <mxGeometry height="50" width="120" x="30" y="330" as="geometry" />
        </mxCell>
        <mxCell id="FgAdxiRBUQnmOL_wIOqZ-16" parent="FgAdxiRBUQnmOL_wIOqZ-4" style="shape=document;whiteSpace=wrap;html=1;boundedLbl=1;" value="&lt;font style=&quot;font-size: 10px;&quot;&gt;draft PR&lt;/font&gt;" vertex="1">
          <mxGeometry height="60" width="100" x="40" y="550" as="geometry" />
        </mxCell>
        <mxCell id="FgAdxiRBUQnmOL_wIOqZ-17" edge="1" parent="FgAdxiRBUQnmOL_wIOqZ-4" source="FgAdxiRBUQnmOL_wIOqZ-18" style="edgeStyle=orthogonalEdgeStyle;rounded=0;orthogonalLoop=1;jettySize=auto;html=1;" target="FgAdxiRBUQnmOL_wIOqZ-16" value="">
          <mxGeometry relative="1" as="geometry" />
        </mxCell>
        <mxCell id="FgAdxiRBUQnmOL_wIOqZ-18" parent="FgAdxiRBUQnmOL_wIOqZ-4" style="shape=parallelogram;perimeter=parallelogramPerimeter;whiteSpace=wrap;html=1;fixedSize=1;" value="&lt;span style=&quot;font-size: 10px;&quot;&gt;edit draft&lt;/span&gt;" vertex="1">
          <mxGeometry height="50" width="120" x="30" y="645" as="geometry" />
        </mxCell>
        <mxCell id="FgAdxiRBUQnmOL_wIOqZ-19" edge="1" parent="FgAdxiRBUQnmOL_wIOqZ-4" source="FgAdxiRBUQnmOL_wIOqZ-10" style="edgeStyle=orthogonalEdgeStyle;rounded=0;orthogonalLoop=1;jettySize=auto;html=1;" target="FgAdxiRBUQnmOL_wIOqZ-21">
          <mxGeometry relative="1" as="geometry">
            <Array as="points">
              <mxPoint x="210" y="250" />
            </Array>
          </mxGeometry>
        </mxCell>
        <mxCell id="FgAdxiRBUQnmOL_wIOqZ-20" edge="1" parent="FgAdxiRBUQnmOL_wIOqZ-4" source="FgAdxiRBUQnmOL_wIOqZ-21" style="edgeStyle=orthogonalEdgeStyle;rounded=0;orthogonalLoop=1;jettySize=auto;html=1;" target="FgAdxiRBUQnmOL_wIOqZ-6">
          <mxGeometry relative="1" as="geometry">
            <Array as="points">
              <mxPoint x="280" y="355" />
              <mxPoint x="280" y="145" />
            </Array>
          </mxGeometry>
        </mxCell>
        <mxCell id="FgAdxiRBUQnmOL_wIOqZ-21" parent="FgAdxiRBUQnmOL_wIOqZ-4" style="rhombus;whiteSpace=wrap;html=1;fontSize=10;" value="batalkan&lt;div&gt;pengadaan?&lt;/div&gt;" vertex="1">
          <mxGeometry height="100" width="100" x="160" y="305" as="geometry" />
        </mxCell>
        <mxCell id="FgAdxiRBUQnmOL_wIOqZ-22" parent="FgAdxiRBUQnmOL_wIOqZ-4" style="text;html=1;align=center;verticalAlign=middle;whiteSpace=wrap;rounded=0;" value="&lt;font style=&quot;font-size: 10px;&quot;&gt;tidak&lt;/font&gt;" vertex="1">
          <mxGeometry height="30" width="60" x="120" y="228" as="geometry" />
        </mxCell>
        <mxCell id="FgAdxiRBUQnmOL_wIOqZ-23" parent="FgAdxiRBUQnmOL_wIOqZ-4" style="text;html=1;align=center;verticalAlign=middle;whiteSpace=wrap;rounded=0;" value="&lt;font style=&quot;font-size: 10px;&quot;&gt;ya&lt;/font&gt;" vertex="1">
          <mxGeometry height="30" width="60" x="70" y="290" as="geometry" />
        </mxCell>
        <mxCell id="FgAdxiRBUQnmOL_wIOqZ-24" parent="FgAdxiRBUQnmOL_wIOqZ-4" style="text;html=1;align=center;verticalAlign=middle;whiteSpace=wrap;rounded=0;" value="&lt;font style=&quot;font-size: 10px;&quot;&gt;tidak&lt;/font&gt;" vertex="1">
          <mxGeometry height="30" width="60" x="237" y="330" as="geometry" />
        </mxCell>
        <mxCell id="FgAdxiRBUQnmOL_wIOqZ-25" parent="FgAdxiRBUQnmOL_wIOqZ-4" style="text;html=1;align=center;verticalAlign=middle;whiteSpace=wrap;rounded=0;" value="&lt;font style=&quot;font-size: 10px;&quot;&gt;ya&lt;/font&gt;" vertex="1">
          <mxGeometry height="30" width="60" x="190" y="390" as="geometry" />
        </mxCell>
        <mxCell id="FgAdxiRBUQnmOL_wIOqZ-26" parent="FgAdxiRBUQnmOL_wIOqZ-4" style="text;html=1;align=center;verticalAlign=middle;whiteSpace=wrap;rounded=0;" value="&lt;font style=&quot;font-size: 10px;&quot;&gt;tidak&lt;/font&gt;" vertex="1">
          <mxGeometry height="30" width="60" x="80" y="510" as="geometry" />
        </mxCell>
        <mxCell id="FgAdxiRBUQnmOL_wIOqZ-27" parent="FgAdxiRBUQnmOL_wIOqZ-4" style="text;html=1;align=center;verticalAlign=middle;whiteSpace=wrap;rounded=0;" value="&lt;font style=&quot;font-size: 10px;&quot;&gt;ya&lt;/font&gt;" vertex="1">
          <mxGeometry height="30" width="60" y="440" as="geometry" />
        </mxCell>
        <mxCell id="FgAdxiRBUQnmOL_wIOqZ-28" parent="FgAdxiRBUQnmOL_wIOqZ-3" style="swimlane;html=1;startSize=20;" value="Kepala Inventory" vertex="1">
          <mxGeometry height="810" width="200" x="290" y="20" as="geometry" />
        </mxCell>
        <mxCell id="FgAdxiRBUQnmOL_wIOqZ-29" parent="FgAdxiRBUQnmOL_wIOqZ-28" style="rhombus;whiteSpace=wrap;html=1;fontSize=10;" value="draft PR&lt;div&gt;disetujui?&lt;/div&gt;" vertex="1">
          <mxGeometry height="100" width="100" x="50" y="620" as="geometry" />
        </mxCell>
        <mxCell id="FgAdxiRBUQnmOL_wIOqZ-30" parent="FgAdxiRBUQnmOL_wIOqZ-28" style="text;html=1;align=center;verticalAlign=middle;whiteSpace=wrap;rounded=0;" value="&lt;font style=&quot;font-size: 10px;&quot;&gt;tidak&lt;/font&gt;" vertex="1">
          <mxGeometry height="30" width="60" x="10" y="640" as="geometry" />
        </mxCell>
        <mxCell id="FgAdxiRBUQnmOL_wIOqZ-31" parent="FgAdxiRBUQnmOL_wIOqZ-28" style="text;html=1;align=center;verticalAlign=middle;whiteSpace=wrap;rounded=0;" value="&lt;font style=&quot;font-size: 10px;&quot;&gt;ya&lt;/font&gt;" vertex="1">
          <mxGeometry height="30" width="60" x="130" y="640" as="geometry" />
        </mxCell>
        <mxCell id="FgAdxiRBUQnmOL_wIOqZ-32" parent="FgAdxiRBUQnmOL_wIOqZ-3" style="swimlane;html=1;startSize=20;" value="Staff Purchasing" vertex="1">
          <mxGeometry height="810" width="200" x="490" y="20" as="geometry">
            <mxRectangle height="810" width="40" x="490" y="20" as="alternateBounds" />
          </mxGeometry>
        </mxCell>
        <mxCell id="FgAdxiRBUQnmOL_wIOqZ-33" edge="1" parent="FgAdxiRBUQnmOL_wIOqZ-32" source="FgAdxiRBUQnmOL_wIOqZ-34" style="edgeStyle=orthogonalEdgeStyle;rounded=0;orthogonalLoop=1;jettySize=auto;html=1;" target="FgAdxiRBUQnmOL_wIOqZ-35" value="">
          <mxGeometry relative="1" as="geometry" />
        </mxCell>
        <mxCell id="FgAdxiRBUQnmOL_wIOqZ-34" parent="FgAdxiRBUQnmOL_wIOqZ-32" style="shape=document;whiteSpace=wrap;html=1;boundedLbl=1;" value="PR" vertex="1">
          <mxGeometry height="60" width="100" x="50" y="640" as="geometry" />
        </mxCell>
        <mxCell id="FgAdxiRBUQnmOL_wIOqZ-35" parent="FgAdxiRBUQnmOL_wIOqZ-32" style="strokeWidth=1;html=1;shape=mxgraph.flowchart.terminator;whiteSpace=wrap;fontSize=10;align=center;horizontal=1;spacing=0;" value="end" vertex="1">
          <mxGeometry height="50" width="80" x="60" y="730" as="geometry" />
        </mxCell>
        <mxCell id="FgAdxiRBUQnmOL_wIOqZ-36" edge="1" parent="FgAdxiRBUQnmOL_wIOqZ-3" source="FgAdxiRBUQnmOL_wIOqZ-16" style="edgeStyle=orthogonalEdgeStyle;rounded=0;orthogonalLoop=1;jettySize=auto;html=1;" target="FgAdxiRBUQnmOL_wIOqZ-29">
          <mxGeometry relative="1" as="geometry" />
        </mxCell>
        <mxCell id="FgAdxiRBUQnmOL_wIOqZ-37" edge="1" parent="FgAdxiRBUQnmOL_wIOqZ-3" source="FgAdxiRBUQnmOL_wIOqZ-29" style="edgeStyle=orthogonalEdgeStyle;rounded=0;orthogonalLoop=1;jettySize=auto;html=1;" target="FgAdxiRBUQnmOL_wIOqZ-34" value="">
          <mxGeometry relative="1" as="geometry" />
        </mxCell>
        <mxCell id="FgAdxiRBUQnmOL_wIOqZ-38" edge="1" parent="FgAdxiRBUQnmOL_wIOqZ-3" source="FgAdxiRBUQnmOL_wIOqZ-29" style="edgeStyle=orthogonalEdgeStyle;rounded=0;orthogonalLoop=1;jettySize=auto;html=1;" target="FgAdxiRBUQnmOL_wIOqZ-18">
          <mxGeometry relative="1" as="geometry">
            <Array as="points" />
            <mxPoint x="100" y="690" as="targetPoint" />
          </mxGeometry>
        </mxCell>
        <mxCell id="FgAdxiRBUQnmOL_wIOqZ-39" edge="1" parent="FgAdxiRBUQnmOL_wIOqZ-3" source="FgAdxiRBUQnmOL_wIOqZ-21" style="edgeStyle=orthogonalEdgeStyle;rounded=0;orthogonalLoop=1;jettySize=auto;html=1;jumpStyle=arc;" target="FgAdxiRBUQnmOL_wIOqZ-35">
          <mxGeometry relative="1" as="geometry">
            <Array as="points">
              <mxPoint x="210" y="780" />
            </Array>
          </mxGeometry>
        </mxCell>
      </root>
    </mxGraphModel>
  </diagram>
</mxfile>
